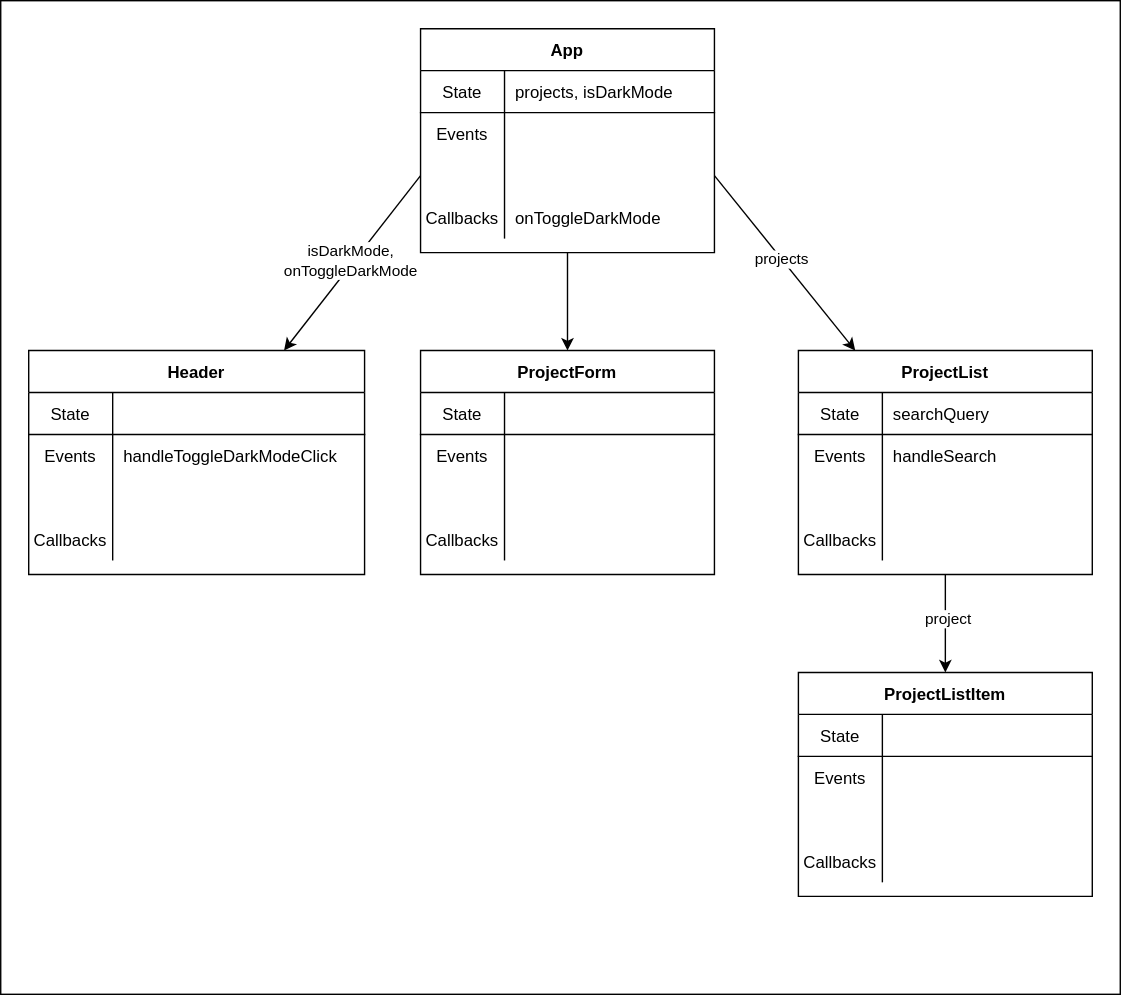
Before: 04_react_forms/assets/component-hierarchy-with-data-flow.drawio.svg, a diagram exported from draw.io (learn-co-students/SENG-LIVE-071822-Phase-2). Source tidied: cells renumbered, new cells last; positions are measured from the earlier drawing's top-left corner, leaving out a move shared by most shapes.
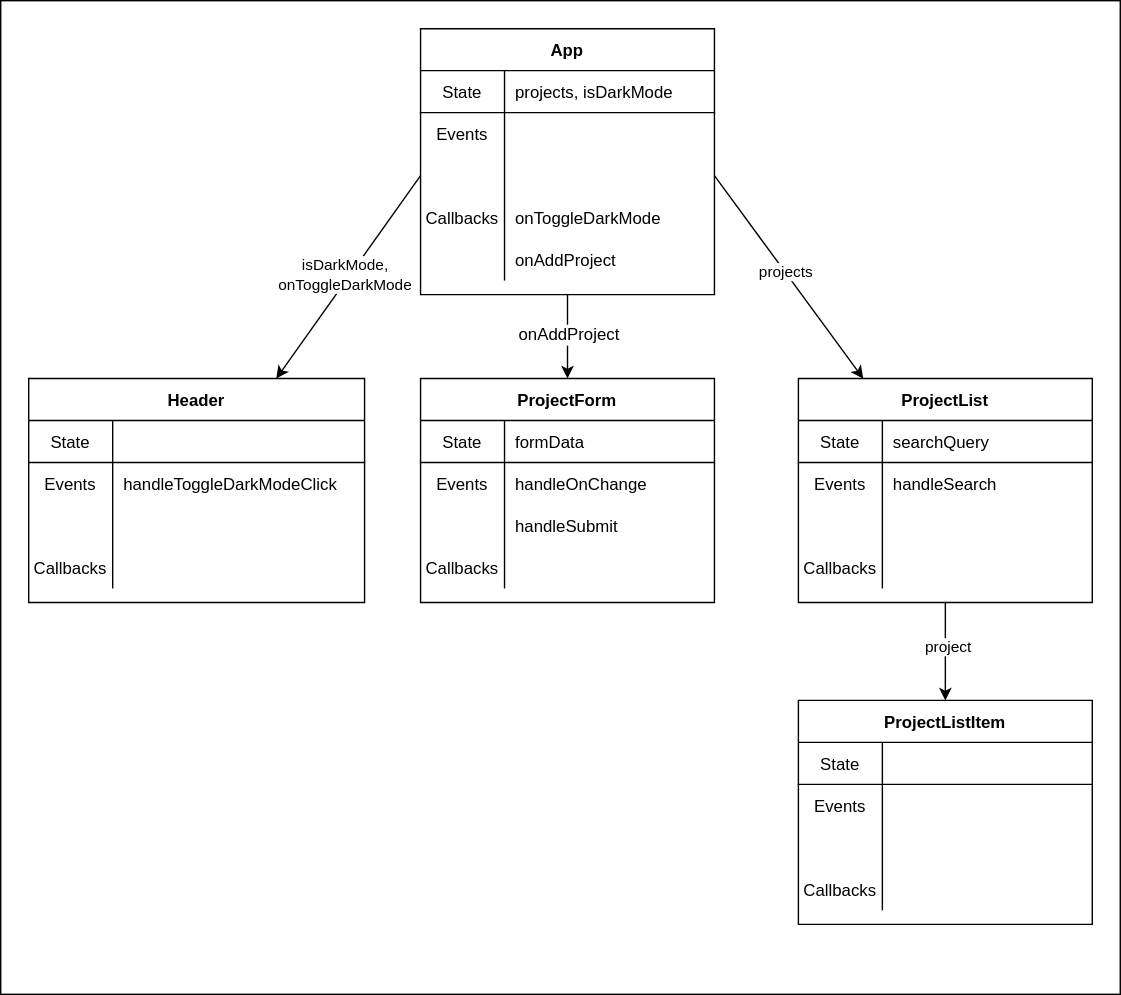
Above is the later version.

The edit, as a diff of the source:
```diff
@@ -3,7 +3,7 @@
     <mxCell id="0" />
     <mxCell id="1" parent="0" />
     <mxCell id="2" style="rounded=0;whiteSpace=wrap;html=1;" parent="1" vertex="1">
-      <mxGeometry width="800" height="710" as="geometry" />
+      <mxGeometry y="-20" width="800" height="710" as="geometry" />
     </mxCell>
     <mxCell id="3" style="edgeStyle=none;html=1;exitX=0;exitY=0.5;exitDx=0;exitDy=0;" parent="1" edge="1" source="15" target="21">
       <mxGeometry relative="1" as="geometry" />
@@ -14,6 +14,9 @@
     <mxCell id="5" style="edgeStyle=none;html=1;" parent="1" edge="1" source="8" target="34">
       <mxGeometry relative="1" as="geometry" />
     </mxCell>
+    <mxCell id="75" value="&lt;span style=&quot;font-size: 12px ; text-align: left&quot;&gt;onAddProject&lt;/span&gt;" style="edgeLabel;html=1;align=center;verticalAlign=middle;" parent="5" vertex="1">
+      <mxGeometry x="-0.07" relative="1" as="geometry" />
+    </mxCell>
     <mxCell id="6" style="edgeStyle=none;html=1;exitX=1;exitY=0.5;exitDx=0;exitDy=0;" parent="1" edge="1" source="15" target="49">
       <mxGeometry relative="1" as="geometry" />
     </mxCell>
@@ -21,7 +24,7 @@
       <mxGeometry x="-0.06" relative="1" as="geometry" />
     </mxCell>
     <mxCell id="8" value="App" style="shape=table;startSize=30;rowLines=0;fontStyle=1;align=center;" parent="1" vertex="1">
-      <mxGeometry x="300" y="20" width="210" height="160" as="geometry" />
+      <mxGeometry x="300" width="210" height="190" as="geometry" />
     </mxCell>
     <mxCell id="9" style="shape=partialRectangle;fillColor=none;top=0;left=0;bottom=1;right=0;" parent="8" vertex="1">
       <mxGeometry y="30" width="210" height="30" as="geometry" />
@@ -59,6 +62,15 @@
     <mxCell id="20" value="onToggleDarkMode" style="shape=partialRectangle;fillColor=none;top=0;left=0;bottom=0;right=0;align=left;spacingLeft=6;overflow=hidden;" parent="18" vertex="1">
       <mxGeometry x="60" width="150" height="30" as="geometry" />
     </mxCell>
+    <mxCell id="76" style="shape=partialRectangle;fillColor=none;top=0;left=0;bottom=0;right=0;" parent="8" vertex="1">
+      <mxGeometry y="150" width="210" height="30" as="geometry" />
+    </mxCell>
+    <mxCell id="77" style="shape=partialRectangle;fillColor=none;top=0;left=0;bottom=0;right=0;overflow=hidden;" parent="76" vertex="1">
+      <mxGeometry width="60" height="30" as="geometry" />
+    </mxCell>
+    <mxCell id="78" value="onAddProject" style="shape=partialRectangle;fillColor=none;top=0;left=0;bottom=0;right=0;align=left;spacingLeft=6;overflow=hidden;" parent="76" vertex="1">
+      <mxGeometry x="60" width="150" height="30" as="geometry" />
+    </mxCell>
     <mxCell id="21" value="Header" style="shape=table;startSize=30;rowLines=0;fontStyle=1;align=center;" parent="1" vertex="1">
       <mxGeometry x="20" y="250" width="240" height="160" as="geometry" />
     </mxCell>
@@ -107,7 +119,7 @@
     <mxCell id="36" value="State" style="shape=partialRectangle;fillColor=none;top=0;left=0;bottom=0;right=0;fontStyle=0;overflow=hidden;" parent="35" vertex="1">
       <mxGeometry width="60" height="30" as="geometry" />
     </mxCell>
-    <mxCell id="37" style="shape=partialRectangle;fillColor=none;top=0;left=0;bottom=0;right=0;align=left;spacingLeft=6;fontStyle=0;overflow=hidden;" parent="35" vertex="1">
+    <mxCell id="37" value="formData" style="shape=partialRectangle;fillColor=none;top=0;left=0;bottom=0;right=0;align=left;spacingLeft=6;fontStyle=0;overflow=hidden;" parent="35" vertex="1">
       <mxGeometry x="60" width="150" height="30" as="geometry" />
     </mxCell>
     <mxCell id="38" style="shape=partialRectangle;fillColor=none;top=0;left=0;bottom=0;right=0;" parent="34" vertex="1">
@@ -116,7 +128,7 @@
     <mxCell id="39" value="Events" style="shape=partialRectangle;fillColor=none;top=0;left=0;bottom=0;right=0;overflow=hidden;" parent="38" vertex="1">
       <mxGeometry width="60" height="30" as="geometry" />
     </mxCell>
-    <mxCell id="40" style="shape=partialRectangle;fillColor=none;top=0;left=0;bottom=0;right=0;align=left;spacingLeft=6;overflow=hidden;" parent="38" vertex="1">
+    <mxCell id="40" value="handleOnChange" style="shape=partialRectangle;fillColor=none;top=0;left=0;bottom=0;right=0;align=left;spacingLeft=6;overflow=hidden;" parent="38" vertex="1">
       <mxGeometry x="60" width="150" height="30" as="geometry" />
     </mxCell>
     <mxCell id="41" style="shape=partialRectangle;fillColor=none;top=0;left=0;bottom=0;right=0;" parent="34" vertex="1">
@@ -125,7 +137,7 @@
     <mxCell id="42" style="shape=partialRectangle;fillColor=none;top=0;left=0;bottom=0;right=0;overflow=hidden;" parent="41" vertex="1">
       <mxGeometry width="60" height="30" as="geometry" />
     </mxCell>
-    <mxCell id="43" style="shape=partialRectangle;fillColor=none;top=0;left=0;bottom=0;right=0;align=left;spacingLeft=6;overflow=hidden;" parent="41" vertex="1">
+    <mxCell id="43" value="handleSubmit" style="shape=partialRectangle;fillColor=none;top=0;left=0;bottom=0;right=0;align=left;spacingLeft=6;overflow=hidden;" parent="41" vertex="1">
       <mxGeometry x="60" width="150" height="30" as="geometry" />
     </mxCell>
     <mxCell id="44" style="shape=partialRectangle;fillColor=none;top=0;left=0;bottom=0;right=0;" parent="34" vertex="1">
```
